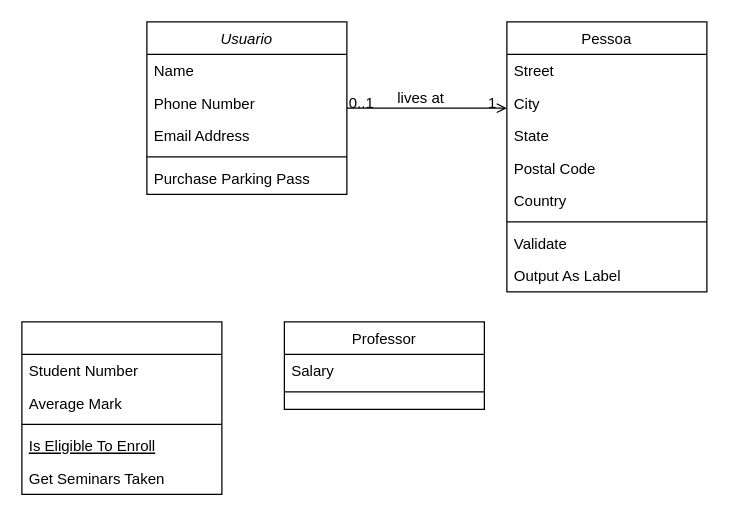
Earlier version of the draw.io diagram security.drawio (celobento/marmit-project). Source tidied: cells renumbered, new cells numbered last; positions are measured from the earlier drawing's top-left corner, leaving out a move shared by most shapes. Both pictures are drawn from the tidied source at 125%, with x=0, y=0 at pixel (21, 21).
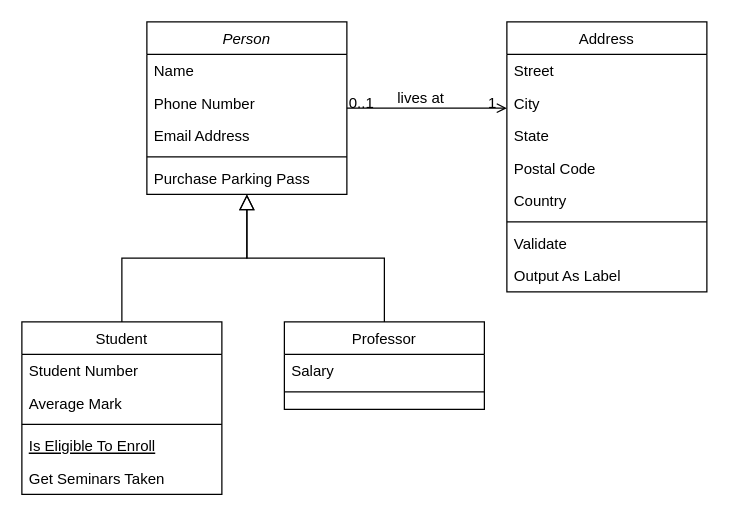
Above is the later version.

Unchanged cells that the change refers to:
```xml
<mxCell id="14" value="Professor" style="swimlane;fontStyle=0;align=center;verticalAlign=top;horizontal=1;startSize=26;rounded=0;shadow=0;strokeWidth=1;" parent="1" vertex="1">
  <mxGeometry x="210" y="240" width="160" height="70" as="geometry" />
</mxCell>
```

Change to the diagram source:
```diff
@@
-    <mxCell id="2" value="Usuario" style="swimlane;fontStyle=2;align=center;verticalAlign=top;horizontal=1;startSize=26;rounded=0;shadow=0;strokeWidth=1;" parent="1" vertex="1">
+    <mxCell id="2" value="Person" style="swimlane;fontStyle=2;align=center;verticalAlign=top;horizontal=1;startSize=26;rounded=0;shadow=0;strokeWidth=1;" parent="1" vertex="1">
       <mxGeometry x="100" width="160" height="138" as="geometry" />
     </mxCell>
@@
-    <mxCell id="8" style="swimlane;fontStyle=0;align=center;verticalAlign=top;horizontal=1;startSize=26;rounded=0;shadow=0;strokeWidth=1;" parent="1" vertex="1">
+    <mxCell id="8" value="Student" style="swimlane;fontStyle=0;align=center;verticalAlign=top;horizontal=1;startSize=26;rounded=0;shadow=0;strokeWidth=1;" parent="1" vertex="1">
       <mxGeometry y="240" width="160" height="138" as="geometry" />
     </mxCell>
@@
+    <mxCell id="30" style="endArrow=block;endSize=10;endFill=0;shadow=0;strokeWidth=1;rounded=0;edgeStyle=elbowEdgeStyle;elbow=vertical;" parent="1" edge="1" source="8" target="2">
+      <mxGeometry relative="1" as="geometry" />
+    </mxCell>
@@
+    <mxCell id="31" style="endArrow=block;endSize=10;endFill=0;shadow=0;strokeWidth=1;rounded=0;edgeStyle=elbowEdgeStyle;elbow=vertical;" parent="1" edge="1" source="14" target="2">
+      <mxGeometry relative="1" as="geometry" />
+    </mxCell>
-    <mxCell id="17" value="Pessoa" style="swimlane;fontStyle=0;align=center;verticalAlign=top;horizontal=1;startSize=26;rounded=0;shadow=0;strokeWidth=1;" parent="1" vertex="1">
+    <mxCell id="17" value="Address" style="swimlane;fontStyle=0;align=center;verticalAlign=top;horizontal=1;startSize=26;rounded=0;shadow=0;strokeWidth=1;" parent="1" vertex="1">
       <mxGeometry x="388" width="160" height="216" as="geometry" />
     </mxCell>
```
